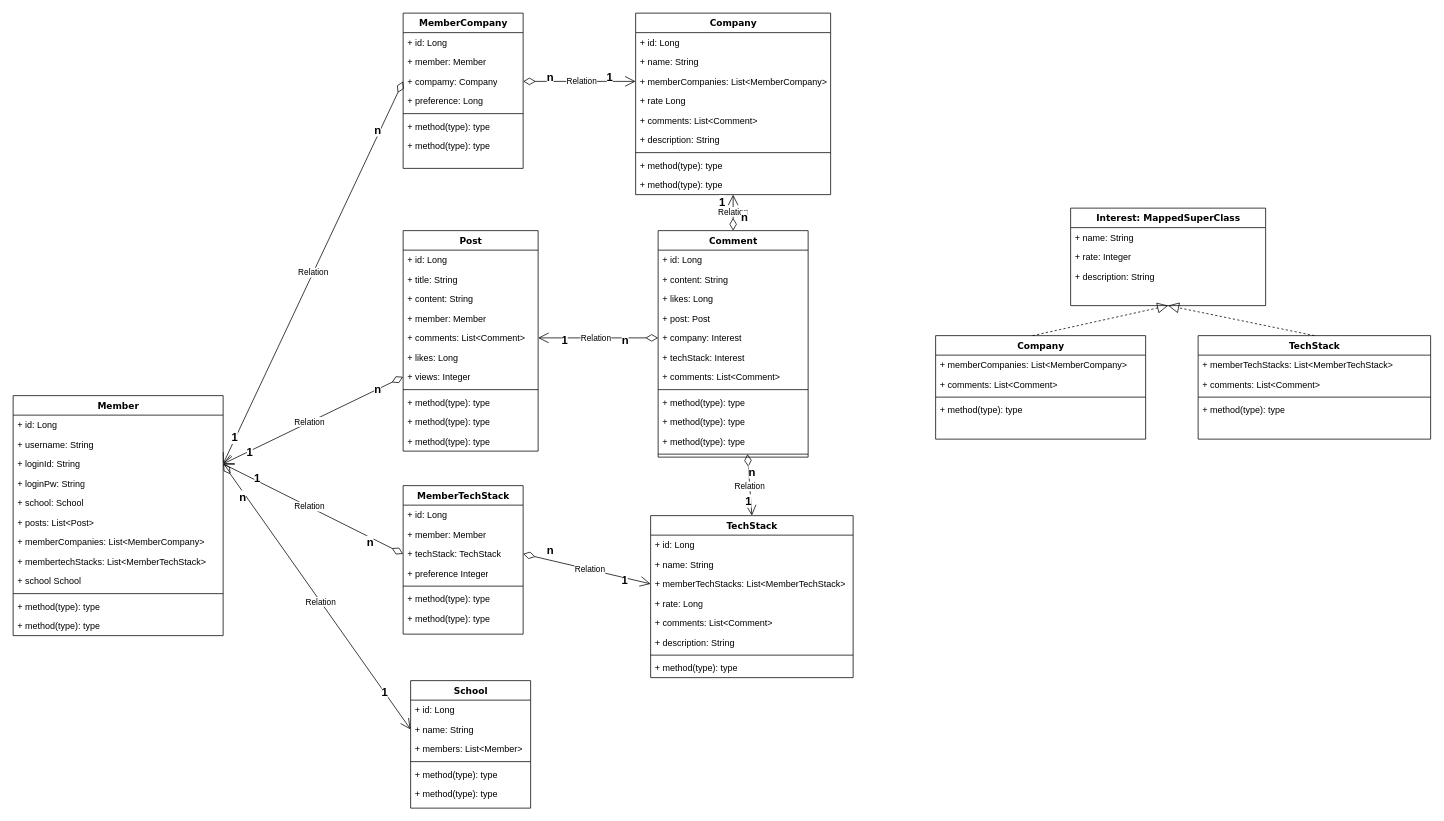
Before: src/main/resources/static/클래스 다이어그램.drawio in ChungComi/Server, a draw.io diagram. Source tidied: cells renumbered, new cells numbered last; positions are measured from the earlier drawing's top-left corner, leaving out a move shared by most shapes. Both pictures are drawn from the tidied source at 75%, with x=0, y=0 at pixel (13, 13).
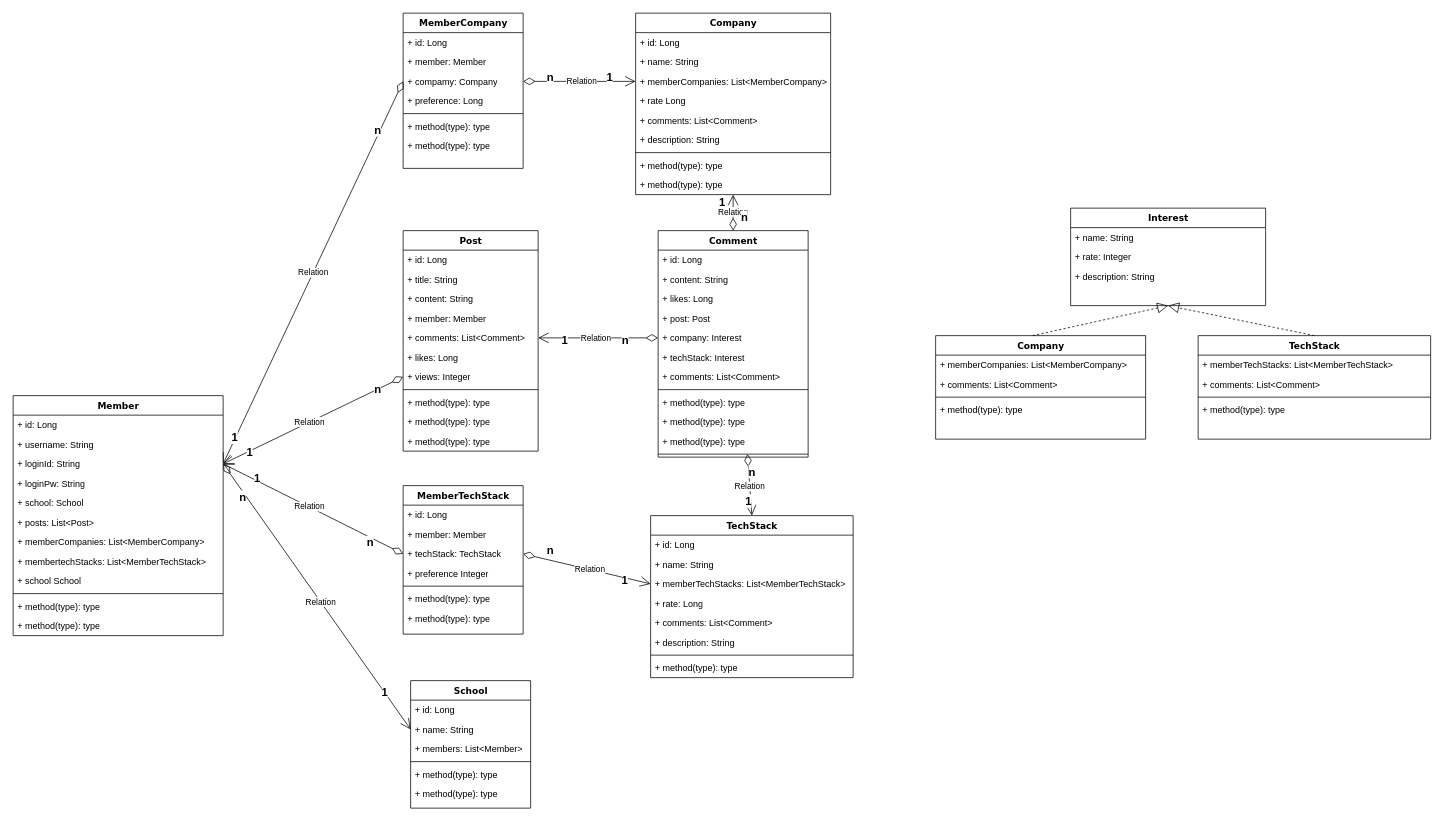
After the change.

Diff of the diagram source:
```diff
@@
-    <mxCell id="109" value="Interest: MappedSuperClass&lt;div&gt;&lt;br&gt;&lt;/div&gt;" style="swimlane;html=1;fontStyle=1;align=center;verticalAlign=top;horizontal=1;startSize=26;swimlaneFillColor=#ffffff;rounded=0;shadow=0;comic=0;labelBackgroundColor=none;strokeWidth=1;fillColor=none;fontFamily=Verdana;fontSize=12;" parent="1" vertex="1">
+    <mxCell id="109" value="Interest&lt;div&gt;&lt;br&gt;&lt;/div&gt;" style="swimlane;html=1;fontStyle=1;align=center;verticalAlign=top;horizontal=1;startSize=26;swimlaneFillColor=#ffffff;rounded=0;shadow=0;comic=0;labelBackgroundColor=none;strokeWidth=1;fillColor=none;fontFamily=Verdana;fontSize=12;" parent="1" vertex="1">
       <mxGeometry x="1410" y="260" width="260" height="130" as="geometry" />
     </mxCell>
```
